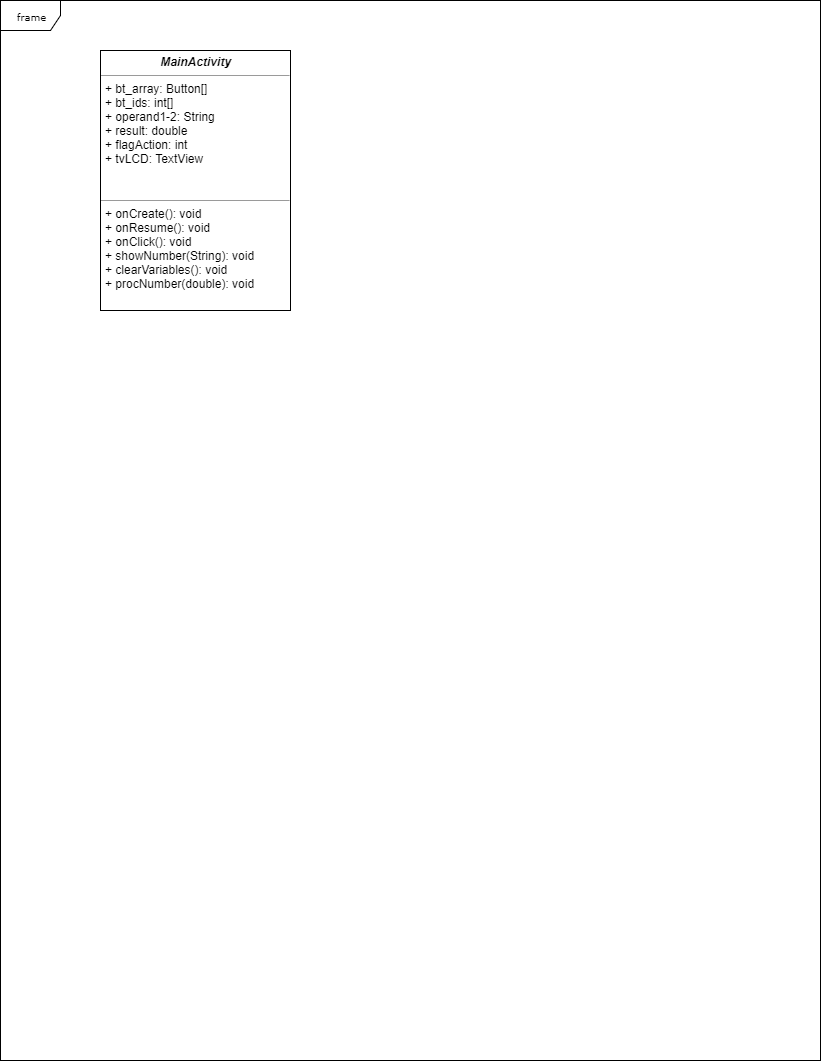
The draw.io diagram Diagrams/Class diagram.png in VladislavKovalev550504/Calculator, before a commit. Source tidied: cells renumbered, new cells last; positions are measured from the earlier drawing's top-left corner, leaving out a move shared by most shapes. The source it was exported from:
```xml
<mxGraphModel background="#ffffff">
  <root>
    <mxCell id="0" />
    <mxCell id="1" parent="0" />
    <mxCell id="2" value="frame" style="shape=umlFrame;whiteSpace=wrap;html=1;rounded=0;shadow=0;comic=0;labelBackgroundColor=none;strokeColor=#000000;strokeWidth=1;fillColor=#ffffff;fontFamily=Verdana;fontSize=10;fontColor=#000000;align=center;" parent="1" vertex="1">
      <mxGeometry width="820" height="1060" as="geometry" />
    </mxCell>
    <mxCell id="3" value="&lt;p style=&quot;margin: 0px ; margin-top: 4px ; text-align: center&quot;&gt;&lt;i&gt;&lt;b&gt;MainActivity&lt;/b&gt;&lt;/i&gt;&lt;/p&gt;&lt;hr size=&quot;1&quot;&gt;&lt;p style=&quot;margin: 0px ; margin-left: 4px&quot;&gt;+ bt_array: Button[]&lt;/p&gt;&lt;p style=&quot;margin: 0px ; margin-left: 4px&quot;&gt;+ bt_ids: int[]&lt;/p&gt;&lt;p style=&quot;margin: 0px ; margin-left: 4px&quot;&gt;+ operand1-2: String&lt;/p&gt;&lt;p style=&quot;margin: 0px ; margin-left: 4px&quot;&gt;+ result: double&lt;/p&gt;&lt;p style=&quot;margin: 0px ; margin-left: 4px&quot;&gt;+ flagAction: int&lt;/p&gt;&lt;p style=&quot;margin: 0px ; margin-left: 4px&quot;&gt;+ tvLCD: TextView&lt;/p&gt;&lt;p style=&quot;margin: 0px ; margin-left: 4px&quot;&gt;&lt;br&gt;&lt;/p&gt;&lt;p style=&quot;margin: 0px ; margin-left: 4px&quot;&gt;&lt;br&gt;&lt;/p&gt;&lt;hr size=&quot;1&quot;&gt;&lt;p style=&quot;margin: 0px ; margin-left: 4px&quot;&gt;+ onCreate(): void&lt;/p&gt;&lt;p style=&quot;margin: 0px ; margin-left: 4px&quot;&gt;+ onResume(): void&lt;/p&gt;&lt;p style=&quot;margin: 0px ; margin-left: 4px&quot;&gt;+ onClick(): void&lt;/p&gt;&lt;p style=&quot;margin: 0px ; margin-left: 4px&quot;&gt;+ showNumber(String): void&lt;/p&gt;&lt;p style=&quot;margin: 0px ; margin-left: 4px&quot;&gt;+ clearVariables(): void&lt;/p&gt;&lt;p style=&quot;margin: 0px ; margin-left: 4px&quot;&gt;+ procNumber(double): void&lt;/p&gt;&lt;p style=&quot;margin: 0px ; margin-left: 4px&quot;&gt;&lt;br&gt;&lt;/p&gt;" style="verticalAlign=top;align=left;overflow=fill;fontSize=12;fontFamily=Helvetica;html=1;rounded=0;shadow=0;comic=0;labelBackgroundColor=none;strokeColor=#000000;strokeWidth=1;fillColor=#ffffff;" parent="1" vertex="1">
      <mxGeometry x="100" y="50" width="190" height="260" as="geometry" />
    </mxCell>
  </root>
</mxGraphModel>
```
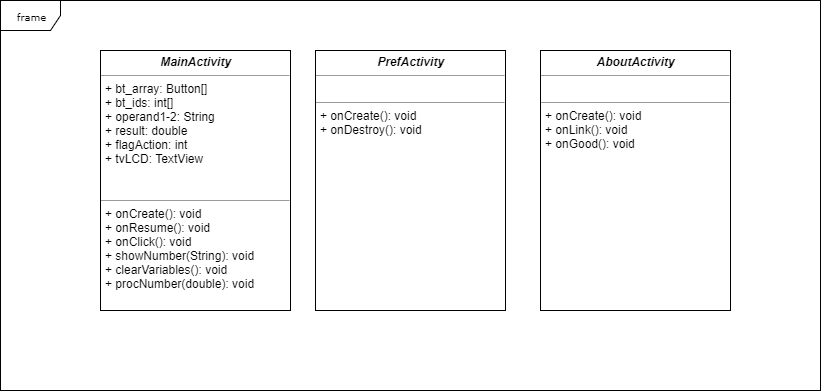
The same diagram one commit later.

Diff of the diagram source:
```diff
@@ -3,10 +3,16 @@
     <mxCell id="0" />
     <mxCell id="1" parent="0" />
     <mxCell id="2" value="frame" style="shape=umlFrame;whiteSpace=wrap;html=1;rounded=0;shadow=0;comic=0;labelBackgroundColor=none;strokeColor=#000000;strokeWidth=1;fillColor=#ffffff;fontFamily=Verdana;fontSize=10;fontColor=#000000;align=center;" parent="1" vertex="1">
-      <mxGeometry width="820" height="1060" as="geometry" />
+      <mxGeometry width="820" height="390" as="geometry" />
     </mxCell>
     <mxCell id="3" value="&lt;p style=&quot;margin: 0px ; margin-top: 4px ; text-align: center&quot;&gt;&lt;i&gt;&lt;b&gt;MainActivity&lt;/b&gt;&lt;/i&gt;&lt;/p&gt;&lt;hr size=&quot;1&quot;&gt;&lt;p style=&quot;margin: 0px ; margin-left: 4px&quot;&gt;+ bt_array: Button[]&lt;/p&gt;&lt;p style=&quot;margin: 0px ; margin-left: 4px&quot;&gt;+ bt_ids: int[]&lt;/p&gt;&lt;p style=&quot;margin: 0px ; margin-left: 4px&quot;&gt;+ operand1-2: String&lt;/p&gt;&lt;p style=&quot;margin: 0px ; margin-left: 4px&quot;&gt;+ result: double&lt;/p&gt;&lt;p style=&quot;margin: 0px ; margin-left: 4px&quot;&gt;+ flagAction: int&lt;/p&gt;&lt;p style=&quot;margin: 0px ; margin-left: 4px&quot;&gt;+ tvLCD: TextView&lt;/p&gt;&lt;p style=&quot;margin: 0px ; margin-left: 4px&quot;&gt;&lt;br&gt;&lt;/p&gt;&lt;p style=&quot;margin: 0px ; margin-left: 4px&quot;&gt;&lt;br&gt;&lt;/p&gt;&lt;hr size=&quot;1&quot;&gt;&lt;p style=&quot;margin: 0px ; margin-left: 4px&quot;&gt;+ onCreate(): void&lt;/p&gt;&lt;p style=&quot;margin: 0px ; margin-left: 4px&quot;&gt;+ onResume(): void&lt;/p&gt;&lt;p style=&quot;margin: 0px ; margin-left: 4px&quot;&gt;+ onClick(): void&lt;/p&gt;&lt;p style=&quot;margin: 0px ; margin-left: 4px&quot;&gt;+ showNumber(String): void&lt;/p&gt;&lt;p style=&quot;margin: 0px ; margin-left: 4px&quot;&gt;+ clearVariables(): void&lt;/p&gt;&lt;p style=&quot;margin: 0px ; margin-left: 4px&quot;&gt;+ procNumber(double): void&lt;/p&gt;&lt;p style=&quot;margin: 0px ; margin-left: 4px&quot;&gt;&lt;br&gt;&lt;/p&gt;" style="verticalAlign=top;align=left;overflow=fill;fontSize=12;fontFamily=Helvetica;html=1;rounded=0;shadow=0;comic=0;labelBackgroundColor=none;strokeColor=#000000;strokeWidth=1;fillColor=#ffffff;" parent="1" vertex="1">
       <mxGeometry x="100" y="50" width="190" height="260" as="geometry" />
     </mxCell>
+    <mxCell id="4" value="&lt;p style=&quot;margin: 0px ; margin-top: 4px ; text-align: center&quot;&gt;&lt;i&gt;&lt;b&gt;PrefActivity&lt;/b&gt;&lt;/i&gt;&lt;/p&gt;&lt;hr size=&quot;1&quot;&gt;&lt;p style=&quot;margin: 0px ; margin-left: 4px&quot;&gt;&lt;br&gt;&lt;/p&gt;&lt;hr size=&quot;1&quot;&gt;&lt;p style=&quot;margin: 0px ; margin-left: 4px&quot;&gt;&lt;span&gt;+ onCreate(): void&lt;/span&gt;&lt;br&gt;&lt;/p&gt;&lt;p style=&quot;margin: 0px ; margin-left: 4px&quot;&gt;&lt;span&gt;+ onDestroy(): void&lt;/span&gt;&lt;/p&gt;&lt;p style=&quot;margin: 0px ; margin-left: 4px&quot;&gt;&lt;br&gt;&lt;/p&gt;" style="verticalAlign=top;align=left;overflow=fill;fontSize=12;fontFamily=Helvetica;html=1;rounded=0;shadow=0;comic=0;labelBackgroundColor=none;strokeColor=#000000;strokeWidth=1;fillColor=#ffffff;" parent="1" vertex="1">
+      <mxGeometry x="315" y="50" width="190" height="260" as="geometry" />
+    </mxCell>
+    <mxCell id="5" value="&lt;p style=&quot;margin: 0px ; margin-top: 4px ; text-align: center&quot;&gt;&lt;i&gt;&lt;b&gt;AboutActivity&lt;/b&gt;&lt;/i&gt;&lt;/p&gt;&lt;hr size=&quot;1&quot;&gt;&lt;p style=&quot;margin: 0px ; margin-left: 4px&quot;&gt;&lt;br&gt;&lt;/p&gt;&lt;hr size=&quot;1&quot;&gt;&lt;p style=&quot;margin: 0px ; margin-left: 4px&quot;&gt;&lt;span&gt;+ onCreate(): void&lt;/span&gt;&lt;br&gt;&lt;/p&gt;&lt;p style=&quot;margin: 0px ; margin-left: 4px&quot;&gt;&lt;span&gt;+ onLink(): void&lt;/span&gt;&lt;/p&gt;&lt;p style=&quot;margin: 0px ; margin-left: 4px&quot;&gt;&lt;span&gt;+ onGood(): void&lt;/span&gt;&lt;/p&gt;&lt;p style=&quot;margin: 0px ; margin-left: 4px&quot;&gt;&lt;br&gt;&lt;/p&gt;" style="verticalAlign=top;align=left;overflow=fill;fontSize=12;fontFamily=Helvetica;html=1;rounded=0;shadow=0;comic=0;labelBackgroundColor=none;strokeColor=#000000;strokeWidth=1;fillColor=#ffffff;" parent="1" vertex="1">
+      <mxGeometry x="540" y="50" width="190" height="260" as="geometry" />
+    </mxCell>
   </root>
 </mxGraphModel>
```
